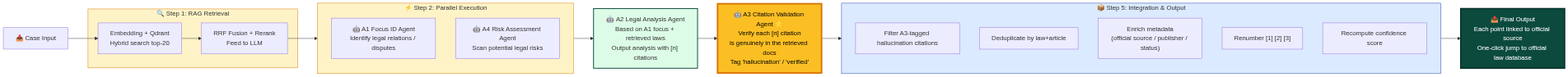
Above: docs/diagrams/png/02_multiagent_en.png in A-yiren/legal-lens (Mermaid), before the change. Its source is kept beside it as docs/diagrams/02_multiagent_en.mmd.
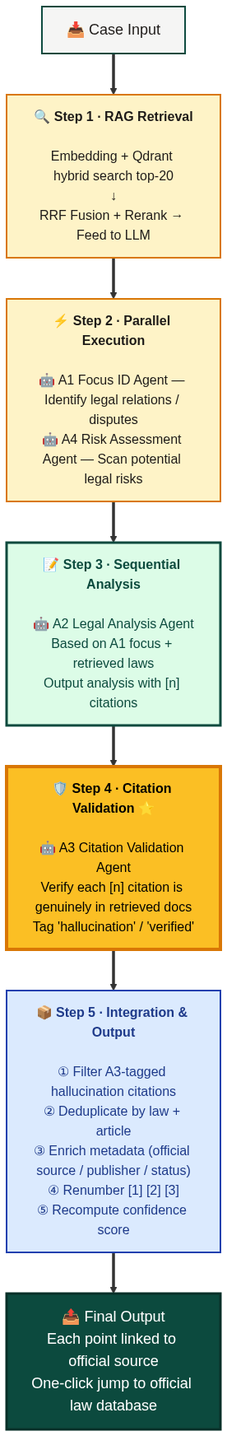
Later version of the same file.

Change to the diagram source:
```diff
@@ -1,48 +1,31 @@
-flowchart LR
-    Input["📥 Case Input"] --> Retrieve
+flowchart TB
+    Step1["<b>🔍 Step 1 · RAG Retrieval</b><br/><br/>Embedding + Qdrant hybrid search top-20<br/>↓<br/>RRF Fusion + Rerank → Feed to LLM"]
 
-    subgraph RAG ["🔍 Step 1: RAG Retrieval"]
-        Retrieve["Embedding + Qdrant<br/>Hybrid search top-20"]
-        Rerank["RRF Fusion + Rerank<br/>Feed to LLM"]
-    end
+    Step2["<b>⚡ Step 2 · Parallel Execution</b><br/><br/>🤖 A1 Focus ID Agent — Identify legal relations / disputes<br/>🤖 A4 Risk Assessment Agent — Scan potential legal risks"]
 
-    Retrieve --> Rerank
+    Step3["<b>📝 Step 3 · Sequential Analysis</b><br/><br/>🤖 A2 Legal Analysis Agent<br/>Based on A1 focus + retrieved laws<br/>Output analysis with [n] citations"]
 
-    Rerank --> Parallel
+    Step4["<b>🛡️ Step 4 · Citation Validation ⭐</b><br/><br/>🤖 A3 Citation Validation Agent<br/>Verify each [n] citation is genuinely in retrieved docs<br/>Tag 'hallucination' / 'verified'"]
 
-    subgraph Parallel ["⚡ Step 2: Parallel Execution"]
-        direction TB
-        A1["🤖 A1 Focus ID Agent<br/>Identify legal relations / disputes"]
-        A4["🤖 A4 Risk Assessment Agent<br/>Scan potential legal risks"]
-    end
+    Step5["<b>📦 Step 5 · Integration & Output</b><br/><br/>① Filter A3-tagged hallucination citations<br/>② Deduplicate by law + article<br/>③ Enrich metadata (official source / publisher / status)<br/>④ Renumber [1] [2] [3]<br/>⑤ Recompute confidence score"]
 
-    Parallel --> A2
+    Input["📥 Case Input"]:::inputStyle
+    Output["📤 Final Output<br/>Each point linked to official source<br/>One-click jump to official law database"]:::outputStyle
 
-    A2["🤖 A2 Legal Analysis Agent<br/>Based on A1 focus + retrieved laws<br/>Output analysis with [n] citations"] --> A3
+    Input ==> Step1
+    Step1 ==> Step2
+    Step2 ==> Step3
+    Step3 ==> Step4
+    Step4 ==> Step5
+    Step5 ==> Output
 
-    style A2 fill:#dcfce7,stroke:#0c4a3e,stroke-width:2px
-
-    A3["🤖 A3 Citation Validation Agent ⭐<br/>Verify each [n] citation<br/>is genuinely in the retrieved docs<br/>Tag 'hallucination' / 'verified'"]
-
-    style A3 fill:#fbbf24,stroke:#d97706,stroke-width:4px,color:#000
-
-    A3 --> Integrate
-
-    subgraph Integrate ["📦 Step 5: Integration & Output"]
-        direction TB
-        I1["Filter A3-tagged hallucination citations"]
-        I2["Deduplicate by law+article"]
-        I3["Enrich metadata<br/>(official source / publisher / status)"]
-        I4["Renumber [1] [2] [3]"]
-        I5["Recompute confidence score"]
-    end
-
-    Integrate --> Output
-
-    Output["📤 Final Output<br/>Each point linked to official source<br/>One-click jump to official law database"]
-
+    style Step1 fill:#fef3c7,stroke:#d97706,stroke-width:2px,color:#1c1917
+    style Step2 fill:#fef3c7,stroke:#d97706,stroke-width:2px,color:#1c1917
+    style Step3 fill:#dcfce7,stroke:#0c4a3e,stroke-width:3px,color:#0c4a3e
+    style Step4 fill:#fbbf24,stroke:#d97706,stroke-width:4px,color:#000
+    style Step5 fill:#dbeafe,stroke:#1e40af,stroke-width:2px,color:#1e3a8a
+    style Input fill:#f5f5f4,stroke:#0c4a3e,stroke-width:2px,color:#1c1917
     style Output fill:#0c4a3e,stroke:#083029,stroke-width:3px,color:#fff
 
-    style RAG fill:#fef3c7,stroke:#d97706
-    style Parallel fill:#fef3c7,stroke:#d97706
-    style Integrate fill:#dbeafe,stroke:#1e40af
+    classDef inputStyle font-size:18px
+    classDef outputStyle font-size:18px
```
